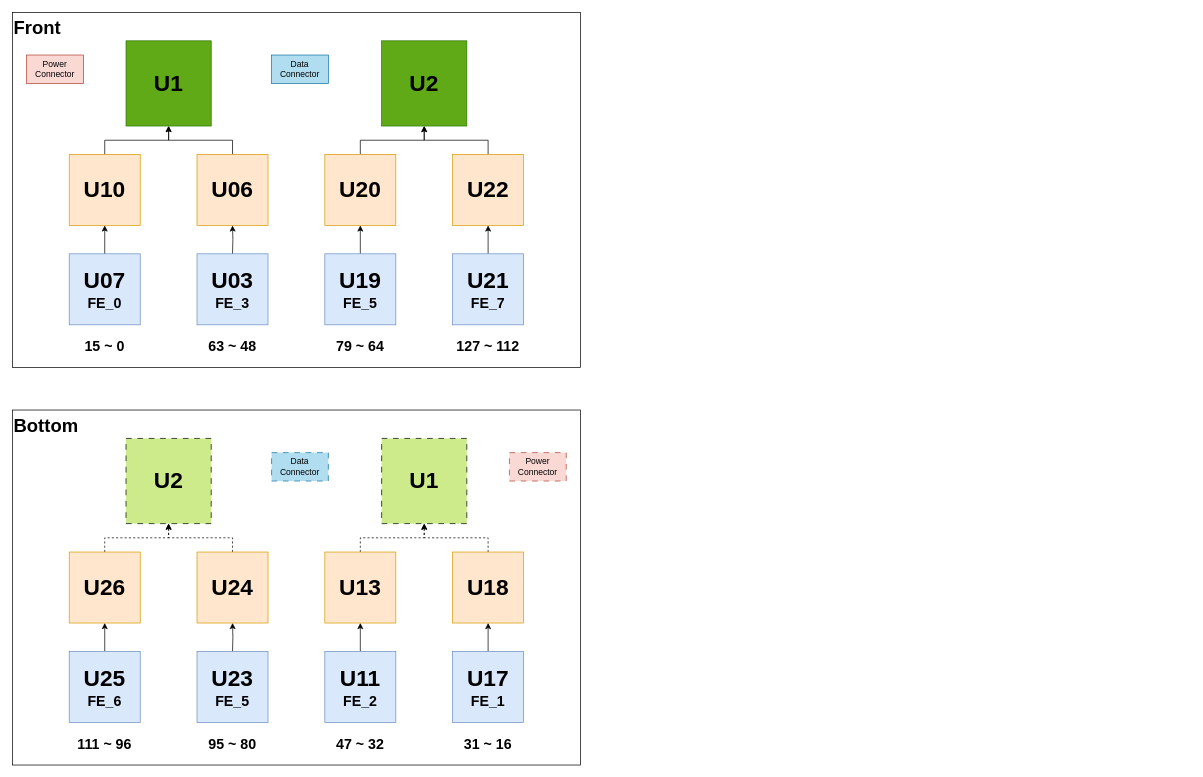
Before: CE_Mapping.drawio in lkebnl/Draw_IO, a draw.io diagram. Source tidied: cells renumbered, new cells numbered last; positions are measured from the earlier drawing's top-left corner, leaving out a move shared by most shapes. Both pictures are drawn from the tidied source at 71%, with x=0, y=0 at pixel (12, 12).
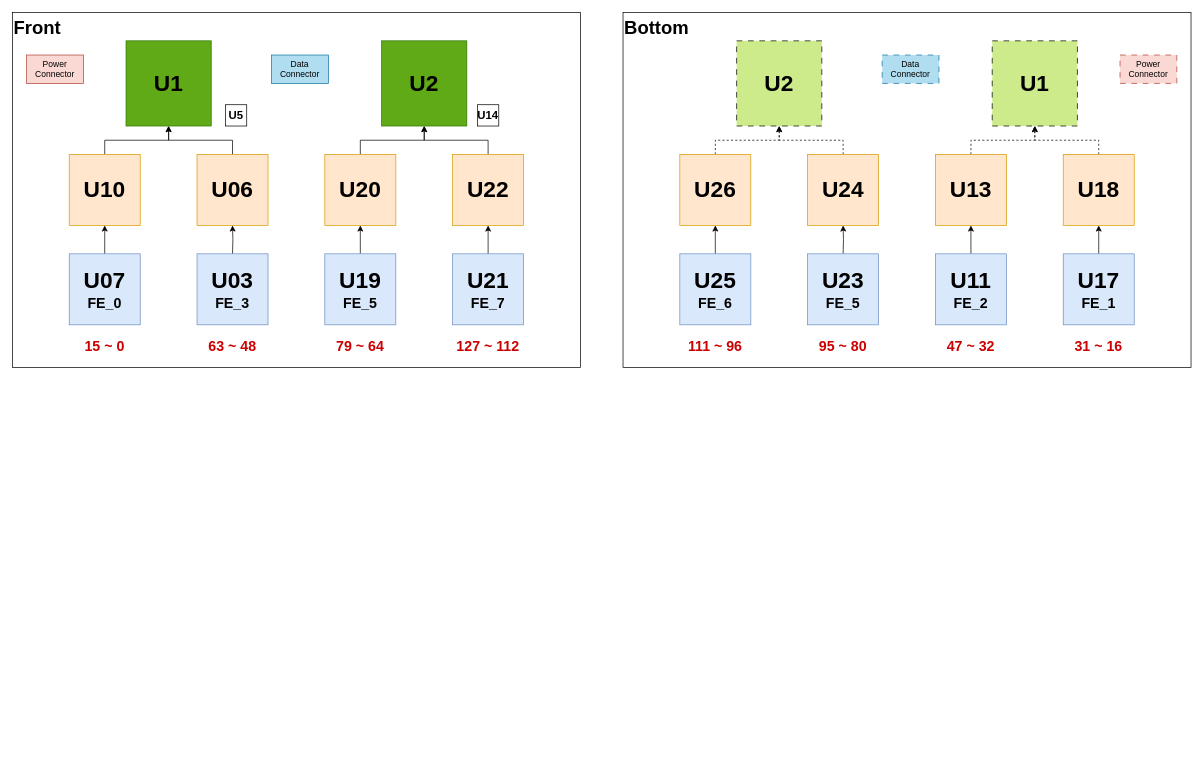
After the change.

Change to the diagram source:
```diff
@@
-    <mxCell id="20" value="15 ~ 0" style="rounded=0;whiteSpace=wrap;html=1;fontSize=20;fontStyle=1;strokeColor=none;fillColor=none;" parent="1" vertex="1">
+    <mxCell id="20" value="15 ~ 0" style="rounded=0;whiteSpace=wrap;html=1;fontSize=20;fontStyle=1;strokeColor=none;fillColor=none;fontColor=#CC0000;" parent="1" vertex="1">
       <mxGeometry x="50" y="460" width="160" height="20" as="geometry" />
     </mxCell>
-    <mxCell id="21" value="63 ~ 48" style="rounded=0;whiteSpace=wrap;html=1;fontSize=20;fontStyle=1;strokeColor=none;fillColor=none;" parent="1" vertex="1">
+    <mxCell id="21" value="63 ~ 48" style="rounded=0;whiteSpace=wrap;html=1;fontSize=20;fontStyle=1;strokeColor=none;fillColor=none;fontColor=#CC0000;" parent="1" vertex="1">
       <mxGeometry x="230" y="460" width="160" height="20" as="geometry" />
     </mxCell>
-    <mxCell id="22" value="79 ~ 64" style="rounded=0;whiteSpace=wrap;html=1;fontSize=20;fontStyle=1;strokeColor=none;fillColor=none;" parent="1" vertex="1">
+    <mxCell id="22" value="79 ~ 64" style="rounded=0;whiteSpace=wrap;html=1;fontSize=20;fontStyle=1;strokeColor=none;fillColor=none;fontColor=#CC0000;" parent="1" vertex="1">
       <mxGeometry x="410" y="460" width="160" height="20" as="geometry" />
     </mxCell>
-    <mxCell id="23" value="127 ~ 112" style="rounded=0;whiteSpace=wrap;html=1;fontSize=20;fontStyle=1;strokeColor=none;fillColor=none;" parent="1" vertex="1">
+    <mxCell id="23" value="127 ~ 112" style="rounded=0;whiteSpace=wrap;html=1;fontSize=20;fontStyle=1;strokeColor=none;fillColor=none;fontColor=#CC0000;" parent="1" vertex="1">
       <mxGeometry x="590" y="460" width="160" height="20" as="geometry" />
     </mxCell>
@@
     <mxCell id="27" value="Bottom" style="rounded=0;whiteSpace=wrap;html=1;align=left;verticalAlign=top;fontSize=26;fontStyle=1;" parent="1" vertex="1">
-      <mxGeometry y="560" width="800" height="500" as="geometry" />
+      <mxGeometry x="860" width="800" height="500" as="geometry" />
     </mxCell>
     <mxCell id="28" value="&lt;font style=&quot;font-size: 32px;&quot;&gt;&lt;b style=&quot;&quot;&gt;U2&lt;/b&gt;&lt;/font&gt;" style="rounded=0;whiteSpace=wrap;html=1;fillColor=#cdeb8b;strokeColor=default;gradientColor=none;dashed=1;dashPattern=8 8;" parent="1" vertex="1">
-      <mxGeometry x="160" y="600" width="120" height="120" as="geometry" />
+      <mxGeometry x="1020" y="40" width="120" height="120" as="geometry" />
     </mxCell>
     <mxCell id="29" value="&lt;font style=&quot;font-size: 32px;&quot;&gt;&lt;b style=&quot;&quot;&gt;U1&lt;/b&gt;&lt;/font&gt;" style="rounded=0;whiteSpace=wrap;html=1;fillColor=#cdeb8b;strokeColor=default;gradientColor=none;dashed=1;dashPattern=8 8;" parent="1" vertex="1">
-      <mxGeometry x="520" y="600" width="120" height="120" as="geometry" />
+      <mxGeometry x="1380" y="40" width="120" height="120" as="geometry" />
     </mxCell>
@@
     <mxCell id="31" value="&lt;font style=&quot;font-size: 32px;&quot;&gt;&lt;b style=&quot;&quot;&gt;U26&lt;/b&gt;&lt;/font&gt;" style="rounded=0;whiteSpace=wrap;html=1;fillColor=#ffe6cc;strokeColor=#d79b00;" parent="1" vertex="1">
-      <mxGeometry x="80" y="760" width="100" height="100" as="geometry" />
+      <mxGeometry x="940" y="200" width="100" height="100" as="geometry" />
     </mxCell>
@@
     <mxCell id="33" value="&lt;font style=&quot;font-size: 32px;&quot;&gt;&lt;b style=&quot;&quot;&gt;U24&lt;/b&gt;&lt;/font&gt;" style="rounded=0;whiteSpace=wrap;html=1;fillColor=#ffe6cc;strokeColor=#d79b00;" parent="1" vertex="1">
-      <mxGeometry x="260" y="760" width="100" height="100" as="geometry" />
+      <mxGeometry x="1120" y="200" width="100" height="100" as="geometry" />
     </mxCell>
@@
     <mxCell id="35" value="&lt;font style=&quot;font-size: 32px;&quot;&gt;&lt;b style=&quot;&quot;&gt;U13&lt;/b&gt;&lt;/font&gt;" style="rounded=0;whiteSpace=wrap;html=1;fillColor=#ffe6cc;strokeColor=#d79b00;" parent="1" vertex="1">
-      <mxGeometry x="440" y="760" width="100" height="100" as="geometry" />
+      <mxGeometry x="1300" y="200" width="100" height="100" as="geometry" />
     </mxCell>
@@
     <mxCell id="37" value="&lt;font style=&quot;font-size: 32px;&quot;&gt;&lt;b style=&quot;&quot;&gt;U18&lt;/b&gt;&lt;/font&gt;" style="rounded=0;whiteSpace=wrap;html=1;fillColor=#ffe6cc;strokeColor=#d79b00;" parent="1" vertex="1">
-      <mxGeometry x="620" y="760" width="100" height="100" as="geometry" />
+      <mxGeometry x="1480" y="200" width="100" height="100" as="geometry" />
     </mxCell>
@@
     <mxCell id="39" value="&lt;font style=&quot;font-size: 32px;&quot;&gt;&lt;b style=&quot;&quot;&gt;U25&lt;/b&gt;&lt;/font&gt;&lt;div&gt;&lt;b style=&quot;background-color: transparent; color: light-dark(rgb(0, 0, 0), rgb(255, 255, 255)); font-size: 20px;&quot;&gt;FE_6&lt;/b&gt;&lt;/div&gt;" style="rounded=0;whiteSpace=wrap;html=1;fillColor=#dae8fc;strokeColor=#6c8ebf;" parent="1" vertex="1">
-      <mxGeometry x="80" y="900" width="100" height="100" as="geometry" />
+      <mxGeometry x="940" y="340" width="100" height="100" as="geometry" />
     </mxCell>
     <mxCell id="40" style="edgeStyle=orthogonalEdgeStyle;rounded=0;jettySize=auto;html=1;exitX=0.5;exitY=0;exitDx=0;exitDy=0;entryX=0.5;entryY=1;entryDx=0;entryDy=0;" parent="1" edge="1" target="33">
       <mxGeometry relative="1" as="geometry">
-        <mxPoint x="310" y="900" as="sourcePoint" />
+        <mxPoint x="1170" y="340" as="sourcePoint" />
       </mxGeometry>
     </mxCell>
@@
     <mxCell id="42" value="&lt;font style=&quot;font-size: 32px;&quot;&gt;&lt;b style=&quot;&quot;&gt;U11&lt;/b&gt;&lt;/font&gt;&lt;div&gt;&lt;font style=&quot;font-size: 20px;&quot;&gt;&lt;b style=&quot;&quot;&gt;FE_2&lt;/b&gt;&lt;/font&gt;&lt;/div&gt;" style="rounded=0;whiteSpace=wrap;html=1;fillColor=#dae8fc;strokeColor=#6c8ebf;" parent="1" vertex="1">
-      <mxGeometry x="440" y="900" width="100" height="100" as="geometry" />
+      <mxGeometry x="1300" y="340" width="100" height="100" as="geometry" />
     </mxCell>
@@
     <mxCell id="44" value="&lt;font style=&quot;font-size: 32px;&quot;&gt;&lt;b style=&quot;&quot;&gt;U17&lt;/b&gt;&lt;/font&gt;&lt;div&gt;&lt;b style=&quot;font-size: 20px; background-color: transparent; color: light-dark(rgb(0, 0, 0), rgb(255, 255, 255));&quot;&gt;FE_1&lt;/b&gt;&lt;/div&gt;" style="rounded=0;whiteSpace=wrap;html=1;fillColor=#dae8fc;strokeColor=#6c8ebf;" parent="1" vertex="1">
-      <mxGeometry x="620" y="900" width="100" height="100" as="geometry" />
+      <mxGeometry x="1480" y="340" width="100" height="100" as="geometry" />
     </mxCell>
-    <mxCell id="45" value="111 ~ 96" style="rounded=0;whiteSpace=wrap;html=1;fontSize=20;fontStyle=1;strokeColor=none;fillColor=none;" parent="1" vertex="1">
-      <mxGeometry x="50" y="1020" width="160" height="20" as="geometry" />
+    <mxCell id="45" value="111 ~ 96" style="rounded=0;whiteSpace=wrap;html=1;fontSize=20;fontStyle=1;strokeColor=none;fillColor=none;fontColor=#CC0000;" parent="1" vertex="1">
+      <mxGeometry x="910" y="460" width="160" height="20" as="geometry" />
     </mxCell>
-    <mxCell id="46" value="95 ~ 80" style="rounded=0;whiteSpace=wrap;html=1;fontSize=20;fontStyle=1;strokeColor=none;fillColor=none;" parent="1" vertex="1">
-      <mxGeometry x="230" y="1020" width="160" height="20" as="geometry" />
+    <mxCell id="46" value="95 ~ 80" style="rounded=0;whiteSpace=wrap;html=1;fontSize=20;fontStyle=1;strokeColor=none;fillColor=none;fontColor=#CC0000;" parent="1" vertex="1">
+      <mxGeometry x="1090" y="460" width="160" height="20" as="geometry" />
     </mxCell>
-    <mxCell id="47" value="47 ~ 32" style="rounded=0;whiteSpace=wrap;html=1;fontSize=20;fontStyle=1;strokeColor=none;fillColor=none;" parent="1" vertex="1">
-      <mxGeometry x="410" y="1020" width="160" height="20" as="geometry" />
+    <mxCell id="47" value="47 ~ 32" style="rounded=0;whiteSpace=wrap;html=1;fontSize=20;fontStyle=1;strokeColor=none;fillColor=none;fontColor=#CC0000;" parent="1" vertex="1">
+      <mxGeometry x="1270" y="460" width="160" height="20" as="geometry" />
     </mxCell>
-    <mxCell id="48" value="31 ~ 16" style="rounded=0;whiteSpace=wrap;html=1;fontSize=20;fontStyle=1;strokeColor=none;fillColor=none;" parent="1" vertex="1">
-      <mxGeometry x="590" y="1020" width="160" height="20" as="geometry" />
+    <mxCell id="48" value="31 ~ 16" style="rounded=0;whiteSpace=wrap;html=1;fontSize=20;fontStyle=1;strokeColor=none;fillColor=none;fontColor=#CC0000;" parent="1" vertex="1">
+      <mxGeometry x="1450" y="460" width="160" height="20" as="geometry" />
     </mxCell>
     <mxCell id="49" value="&lt;font style=&quot;font-size: 32px;&quot;&gt;&lt;b style=&quot;&quot;&gt;U23&lt;/b&gt;&lt;/font&gt;&lt;div&gt;&lt;b style=&quot;font-size: 20px; background-color: transparent; color: light-dark(rgb(0, 0, 0), rgb(255, 255, 255));&quot;&gt;FE_5&lt;/b&gt;&lt;/div&gt;" style="rounded=0;whiteSpace=wrap;html=1;fillColor=#dae8fc;strokeColor=#6c8ebf;" parent="1" vertex="1">
-      <mxGeometry x="260" y="900" width="100" height="100" as="geometry" />
+      <mxGeometry x="1120" y="340" width="100" height="100" as="geometry" />
     </mxCell>
     <mxCell id="50" value="Power Connector" style="rounded=0;whiteSpace=wrap;html=1;fillColor=#fad9d5;strokeColor=#ae4132;dashed=1;dashPattern=8 8;" parent="1" vertex="1">
-      <mxGeometry x="700" y="620" width="80" height="40" as="geometry" />
+      <mxGeometry x="1560" y="60" width="80" height="40" as="geometry" />
     </mxCell>
     <mxCell id="51" value="Data Connector" style="rounded=0;whiteSpace=wrap;html=1;fillColor=#b1ddf0;strokeColor=#10739e;dashed=1;dashPattern=8 8;" parent="1" vertex="1">
-      <mxGeometry x="365" y="620" width="80" height="40" as="geometry" />
+      <mxGeometry x="1225" y="60" width="80" height="40" as="geometry" />
     </mxCell>
+    <mxCell id="52" value="U5" style="whiteSpace=wrap;html=1;fontSize=16;fontStyle=1;" parent="1" vertex="1">
+      <mxGeometry x="300" y="130" width="30" height="30" as="geometry" />
+    </mxCell>
+    <mxCell id="53" value="U14" style="whiteSpace=wrap;html=1;fontSize=16;fontStyle=1;" parent="1" vertex="1">
+      <mxGeometry x="655" y="130" width="30" height="30" as="geometry" />
+    </mxCell>
```
